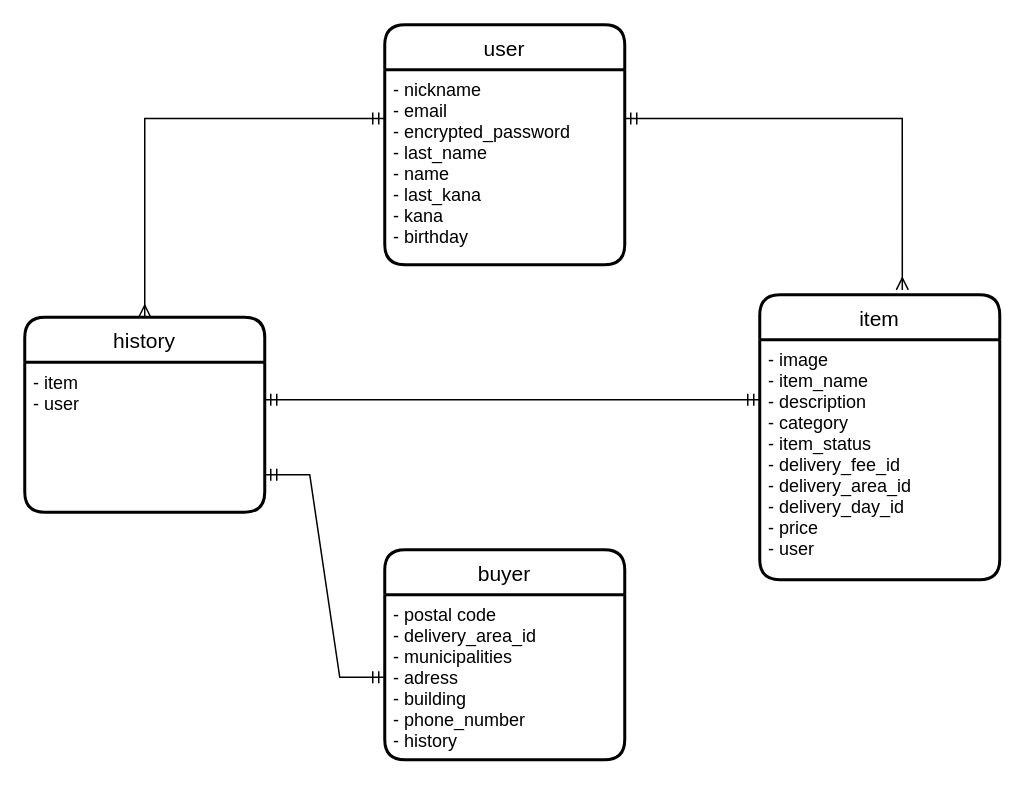
Earlier version of the draw.io diagram furima.dio (tech-kannnari/furima-34414). Source tidied: cells renumbered, new cells numbered last; positions are measured from the earlier drawing's top-left corner, leaving out a move shared by most shapes. Both pictures are drawn from the tidied source at 150%, with x=0, y=0 at pixel (24, 24).
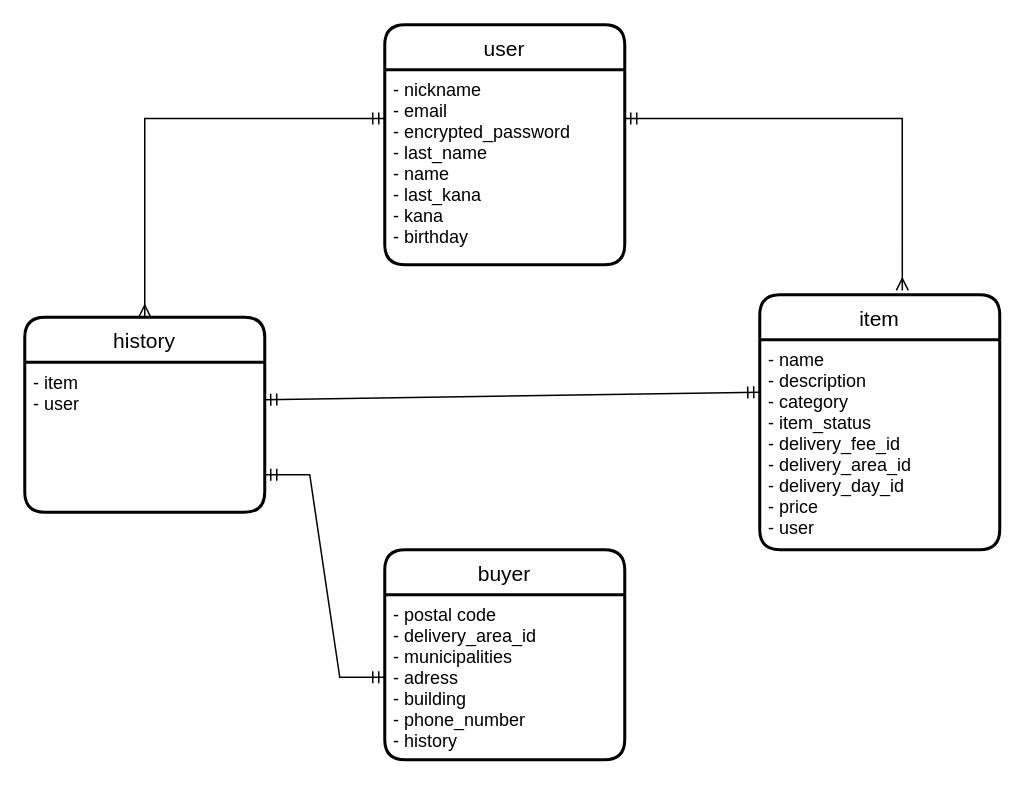
The same page after the edit.

Commit message (it also covers changes not shown here):
ER図、readmeの修正4

Diff of the diagram source:
```diff
@@
 <mxGraphModel>
   <root>
     <mxCell id="0" />
     <mxCell id="1" parent="0" />
     <mxCell id="2" value="history" style="swimlane;horizontal=1;startSize=30;rounded=1;fontSize=14;fontStyle=0;strokeWidth=2;shadow=0;dashed=0;align=center;" parent="1" vertex="1">
       <mxGeometry y="195" width="160" height="130" as="geometry" />
     </mxCell>
     <mxCell id="3" value="- item&#10;- user" style="align=left;strokeColor=none;fillColor=none;spacingLeft=4;fontSize=12;verticalAlign=top;" parent="2" vertex="1">
       <mxGeometry y="30" width="160" height="100" as="geometry" />
     </mxCell>
     <mxCell id="4" value="user" style="swimlane;horizontal=1;startSize=30;rounded=1;fontSize=14;fontStyle=0;strokeWidth=2;shadow=0;dashed=0;align=center;" parent="1" vertex="1">
       <mxGeometry x="240" width="160" height="160" as="geometry" />
     </mxCell>
     <mxCell id="5" value="- nickname&#10;- email&#10;- encrypted_password&#10;- last_name&#10;- name&#10;- last_kana&#10;- kana&#10;- birthday" style="align=left;strokeColor=none;fillColor=none;spacingLeft=4;fontSize=12;verticalAlign=top;" parent="4" vertex="1">
       <mxGeometry y="30" width="160" height="130" as="geometry" />
     </mxCell>
     <mxCell id="6" value="item" style="swimlane;horizontal=1;startSize=30;rounded=1;fontSize=14;fontStyle=0;strokeWidth=2;shadow=0;dashed=0;align=center;" parent="1" vertex="1">
-      <mxGeometry x="490" y="180" width="160" height="190" as="geometry" />
+      <mxGeometry x="490" y="180" width="160" height="170" as="geometry" />
     </mxCell>
-    <mxCell id="7" value="- image&#10;- item_name&#10;- description&#10;- category&#10;- item_status&#10;- delivery_fee_id&#10;- delivery_area_id&#10;- delivery_day_id&#10;- price&#10;- user" style="align=left;strokeColor=none;fillColor=none;spacingLeft=4;fontSize=12;verticalAlign=top;" parent="6" vertex="1">
-      <mxGeometry y="30" width="160" height="160" as="geometry" />
+    <mxCell id="7" value="- name&#10;- description&#10;- category&#10;- item_status&#10;- delivery_fee_id&#10;- delivery_area_id&#10;- delivery_day_id&#10;- price&#10;- user" style="align=left;strokeColor=none;fillColor=none;spacingLeft=4;fontSize=12;verticalAlign=top;" parent="6" vertex="1">
+      <mxGeometry y="30" width="160" height="140" as="geometry" />
     </mxCell>
     <mxCell id="8" value="buyer" style="swimlane;horizontal=1;startSize=30;rounded=1;fontSize=14;fontStyle=0;strokeWidth=2;shadow=0;dashed=0;align=center;" parent="1" vertex="1">
       <mxGeometry x="240" y="350" width="160" height="140" as="geometry" />
     </mxCell>
     <mxCell id="9" value="- postal code&#10;- delivery_area_id&#10;- municipalities&#10;- adress&#10;- building&#10;- phone_number&#10;- history" style="align=left;strokeColor=none;fillColor=none;spacingLeft=4;fontSize=12;verticalAlign=top;" parent="8" vertex="1">
       <mxGeometry y="30" width="160" height="110" as="geometry" />
     </mxCell>
     <mxCell id="10" style="edgeStyle=entityRelationEdgeStyle;rounded=0;jettySize=auto;html=1;exitX=1;exitY=0.75;exitDx=0;exitDy=0;startArrow=ERmandOne;startFill=0;endArrow=ERmandOne;endFill=0;strokeWidth=1;" parent="1" edge="1" source="3" target="9">
       <mxGeometry relative="1" as="geometry" />
     </mxCell>
     <mxCell id="11" style="edgeStyle=orthogonalEdgeStyle;rounded=0;jettySize=auto;html=1;exitX=0;exitY=0.25;exitDx=0;exitDy=0;entryX=0.5;entryY=0;entryDx=0;entryDy=0;startArrow=ERmandOne;startFill=0;endArrow=ERmany;endFill=0;" parent="1" edge="1" source="5" target="2">
       <mxGeometry relative="1" as="geometry" />
     </mxCell>
     <mxCell id="12" style="edgeStyle=orthogonalEdgeStyle;rounded=0;jettySize=auto;html=1;exitX=1;exitY=0.25;exitDx=0;exitDy=0;entryX=0.594;entryY=-0.017;entryDx=0;entryDy=0;entryPerimeter=0;startArrow=ERmandOne;startFill=0;endArrow=ERmany;endFill=0;" parent="1" edge="1" source="5" target="6">
       <mxGeometry relative="1" as="geometry" />
     </mxCell>
     <mxCell id="13" style="edgeStyle=none;rounded=0;jettySize=auto;html=1;exitX=1;exitY=0.25;exitDx=0;exitDy=0;startArrow=ERmandOne;startFill=0;endArrow=ERmandOne;endFill=0;entryX=0;entryY=0.25;entryDx=0;entryDy=0;" parent="1" edge="1" source="3" target="7">
       <mxGeometry relative="1" as="geometry" />
     </mxCell>
   </root>
 </mxGraphModel>
```
